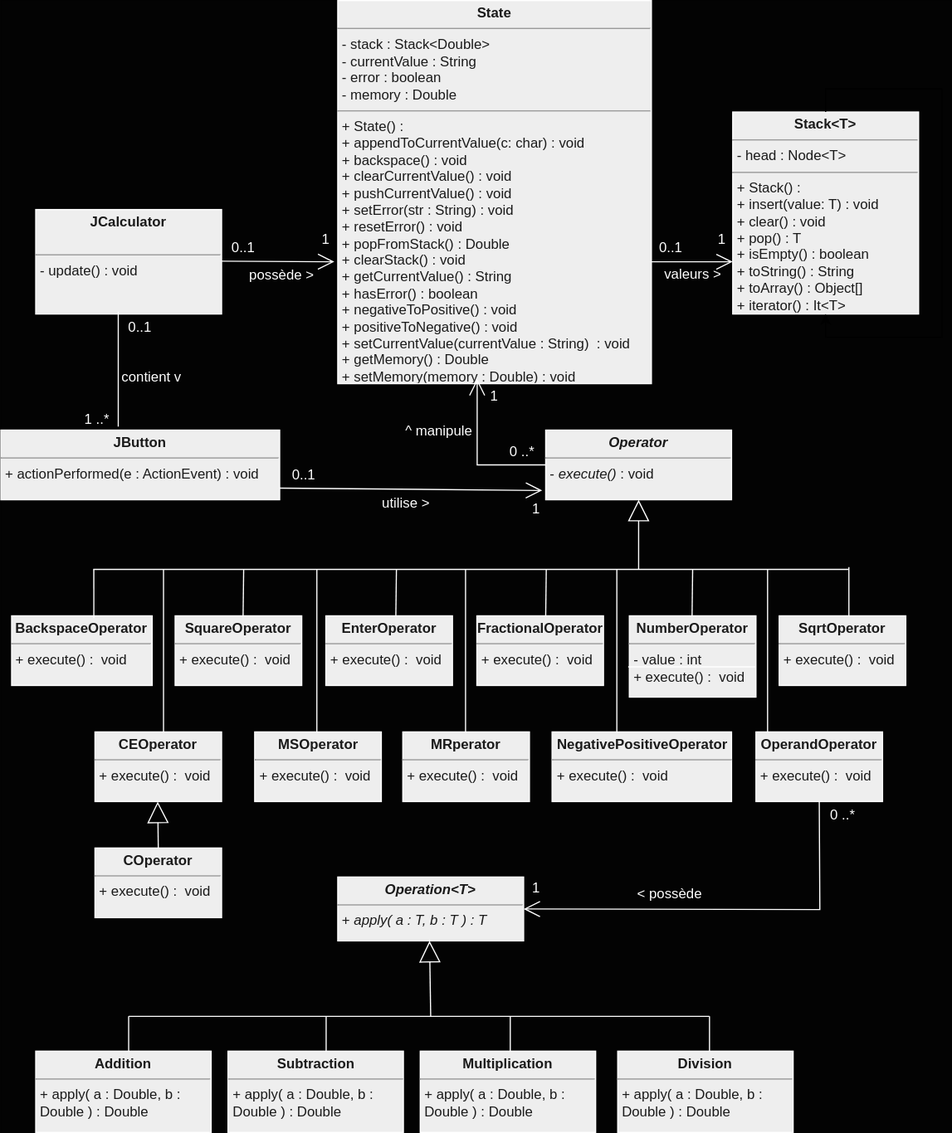
POO-Lestiboudois-Parisod/Lab07 keeps this draw.io diagram as Diagram.svg. Above is the earlier version. Source tidied: cells renumbered, new cells last; positions are measured from the earlier drawing's top-left corner, leaving out a move shared by most shapes.
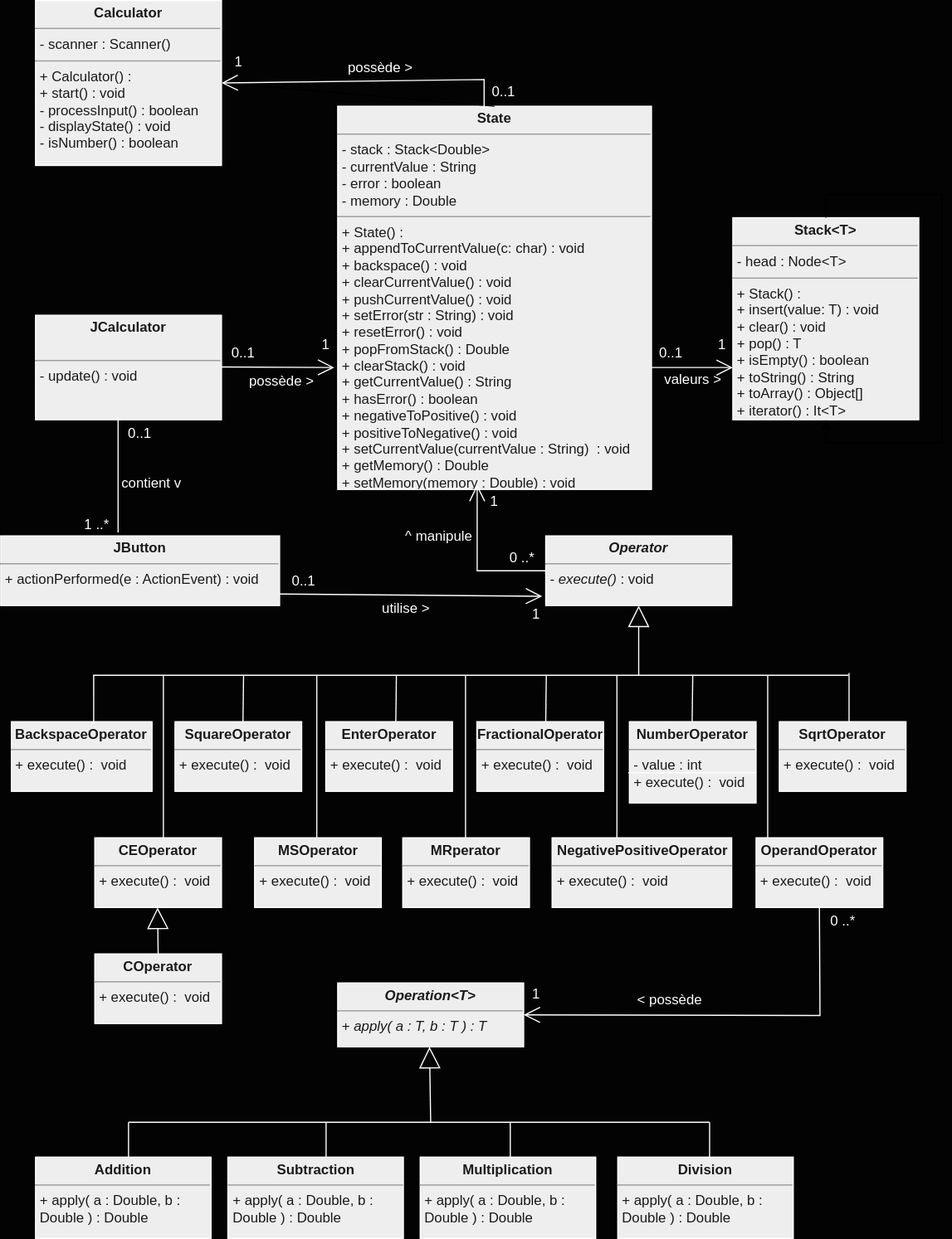
After the change.

Commit message:
add calculator to diagram

Change to the diagram source:
```diff
@@ -282,5 +282,28 @@
     <mxCell id="70" style="edgeStyle=orthogonalEdgeStyle;rounded=0;orthogonalLoop=1;jettySize=auto;html=1;exitX=0.5;exitY=0;exitDx=0;exitDy=0;" parent="1" edge="1" source="4" target="4">
       <mxGeometry relative="1" as="geometry" />
     </mxCell>
+    <mxCell id="71" value="&lt;p style=&quot;margin:0px;margin-top:4px;text-align:center;&quot;&gt;&lt;b&gt;Calculator&lt;/b&gt;&lt;/p&gt;&lt;hr size=&quot;1&quot;&gt;&lt;p style=&quot;margin:0px;margin-left:4px;&quot;&gt;&lt;span style=&quot;background-color: initial;&quot;&gt;- scanner : Scanner()&lt;/span&gt;&lt;br&gt;&lt;/p&gt;&lt;hr style=&quot;border-color: var(--border-color);&quot; size=&quot;1&quot;&gt;&lt;p style=&quot;border-color: var(--border-color); margin: 0px 0px 0px 4px;&quot;&gt;+ Calculator() :&lt;/p&gt;&lt;p style=&quot;border-color: var(--border-color); margin: 0px 0px 0px 4px;&quot;&gt;+ start() : void&lt;/p&gt;&lt;p style=&quot;border-color: var(--border-color); margin: 0px 0px 0px 4px;&quot;&gt;- processInput() : boolean&lt;/p&gt;&lt;p style=&quot;border-color: var(--border-color); margin: 0px 0px 0px 4px;&quot;&gt;- displayState() : void&lt;/p&gt;&lt;p style=&quot;border-color: var(--border-color); margin: 0px 0px 0px 4px;&quot;&gt;- isNumber() : boolean&lt;/p&gt;" style="verticalAlign=top;align=left;overflow=fill;fontSize=12;fontFamily=Helvetica;html=1;whiteSpace=wrap;labelBackgroundColor=none;fillColor=#EEEEEE;strokeColor=#FFFFFF;fontColor=#1A1A1A;" parent="1" vertex="1">
+      <mxGeometry x="30" y="-91" width="160" height="142" as="geometry" />
+    </mxCell>
+    <mxCell id="72" style="endArrow=classic;html=1;rounded=0;entryX=1;entryY=0.5;entryDx=0;entryDy=0;exitX=0.5;exitY=0;exitDx=0;exitDy=0;" parent="1" edge="1" source="3" target="71">
+      <mxGeometry relative="1" as="geometry" />
+    </mxCell>
+    <mxCell id="73" style="endArrow=open;endFill=1;endSize=12;html=1;rounded=0;entryX=1;entryY=0.5;entryDx=0;entryDy=0;labelBackgroundColor=none;strokeColor=#FFFFFF;fontColor=default;" parent="1" edge="1" target="71">
+      <mxGeometry relative="1" as="geometry">
+        <mxPoint x="416" y="2" as="sourcePoint" />
+        <Array as="points">
+          <mxPoint x="416" y="-23" />
+        </Array>
+      </mxGeometry>
+    </mxCell>
+    <mxCell id="74" value="&lt;font color=&quot;#ffffff&quot;&gt;1&lt;/font&gt;" style="text;html=1;align=center;verticalAlign=middle;whiteSpace=wrap;rounded=0;labelBackgroundColor=none;fontColor=#1A1A1A;" parent="1" vertex="1">
+      <mxGeometry x="174.5" y="-53" width="60" height="30" as="geometry" />
+    </mxCell>
+    <mxCell id="75" value="&lt;font color=&quot;#ffffff&quot;&gt;0..1&lt;/font&gt;" style="text;html=1;align=center;verticalAlign=middle;whiteSpace=wrap;rounded=0;labelBackgroundColor=none;fontColor=#1A1A1A;" parent="1" vertex="1">
+      <mxGeometry x="403" y="-27" width="60" height="30" as="geometry" />
+    </mxCell>
+    <mxCell id="76" value="&lt;font color=&quot;#ffffff&quot;&gt;possède &amp;gt;&lt;/font&gt;" style="text;html=1;align=center;verticalAlign=middle;whiteSpace=wrap;rounded=0;labelBackgroundColor=none;fontColor=#1A1A1A;" parent="1" vertex="1">
+      <mxGeometry x="297" y="-48" width="60" height="30" as="geometry" />
+    </mxCell>
   </root>
 </mxGraphModel>
```
